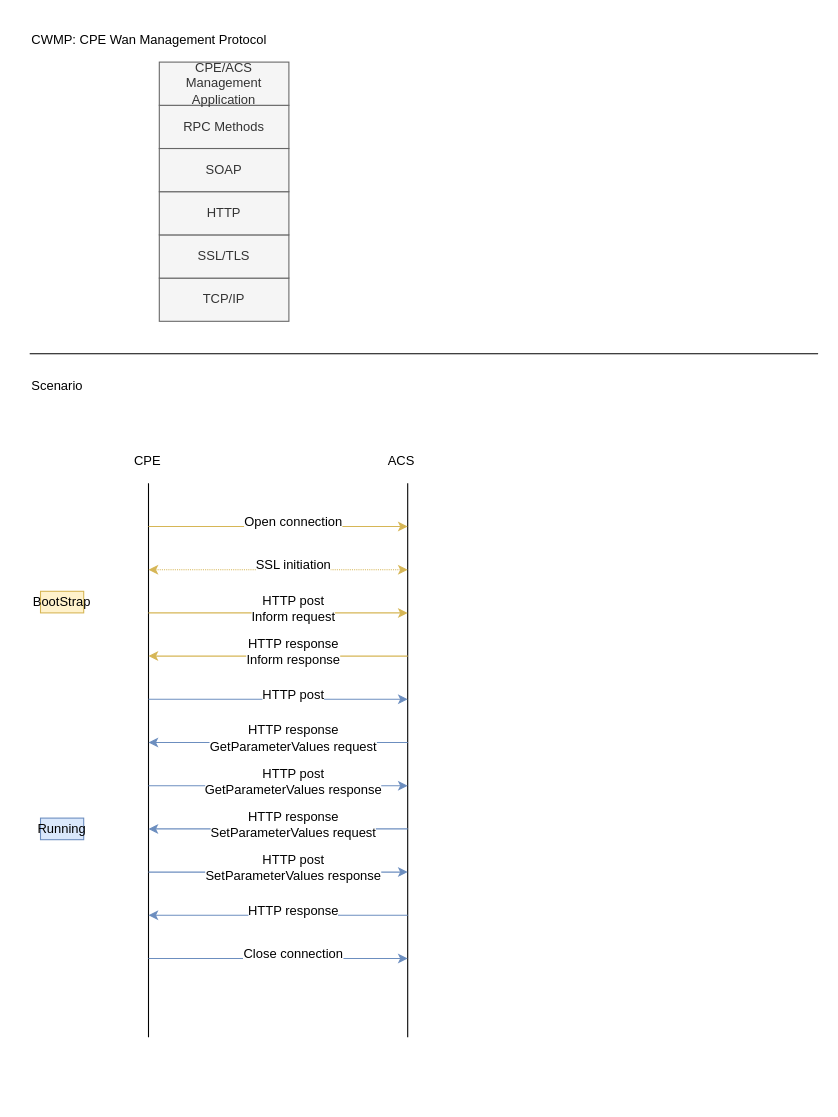
Above: page "CWMP" (2 of 2) of AP7465CE.drawio in nelsonchung/drawio (draw.io), before the change. Source tidied: cells renumbered, new cells numbered last; positions are measured from the earlier drawing's top-left corner, leaving out a move shared by most shapes. Both pictures are drawn from the tidied source at 108%, with x=0, y=0 at pixel (29, 18).
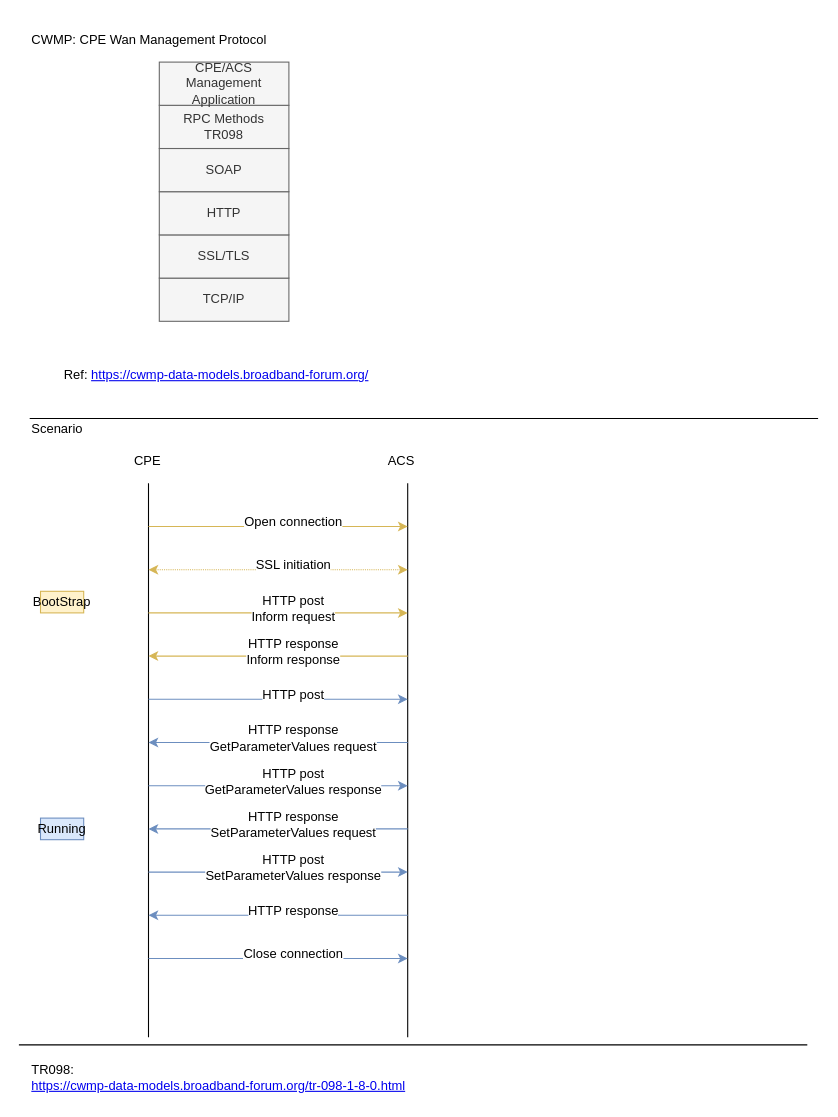
Above is the later version.

Commit message:
[AP7465CE] Add reference information of CWMP and TR098

Diff of the diagram source:
```diff
@@
-    <mxCell id="6" value="RPC Methods" style="rounded=0;whiteSpace=wrap;html=1;align=center;fillColor=#f5f5f5;strokeColor=#666666;fontColor=#333333;" parent="1" vertex="1">
+    <mxCell id="6" value="RPC Methods&lt;br&gt;TR098" style="rounded=0;whiteSpace=wrap;html=1;align=center;fillColor=#f5f5f5;strokeColor=#666666;fontColor=#333333;" parent="1" vertex="1">
       <mxGeometry x="120" y="80" width="120" height="40" as="geometry" />
     </mxCell>
@@
     <mxCell id="9" style="endArrow=none;html=1;" parent="1" edge="1">
       <mxGeometry relative="1" as="geometry">
-        <mxPoint y="310" as="sourcePoint" />
-        <mxPoint x="730" y="310" as="targetPoint" />
+        <mxPoint y="370" as="sourcePoint" />
+        <mxPoint x="730" y="370" as="targetPoint" />
       </mxGeometry>
     </mxCell>
     <mxCell id="10" value="Scenario" style="text;html=1;strokeColor=none;fillColor=none;align=left;verticalAlign=middle;whiteSpace=wrap;rounded=0;" parent="1" vertex="1">
-      <mxGeometry y="320" width="250" height="40" as="geometry" />
+      <mxGeometry y="360" width="250" height="40" as="geometry" />
     </mxCell>
@@
+    <mxCell id="39" value="Ref:&amp;nbsp;&lt;a href=&quot;https://cwmp-data-models.broadband-forum.org/&quot;&gt;https://cwmp-data-models.broadband-forum.org/&lt;/a&gt;" style="text;html=1;strokeColor=none;fillColor=none;align=left;verticalAlign=middle;whiteSpace=wrap;rounded=0;" parent="1" vertex="1">
+      <mxGeometry x="30" y="310" width="350" height="40" as="geometry" />
+    </mxCell>
+    <mxCell id="40" value="TR098:&lt;br&gt;&lt;a href=&quot;https://cwmp-data-models.broadband-forum.org/tr-098-1-8-0.html&quot;&gt;https://cwmp-data-models.broadband-forum.org/tr-098-1-8-0.html&lt;/a&gt;" style="text;html=1;strokeColor=none;fillColor=none;align=left;verticalAlign=middle;whiteSpace=wrap;rounded=0;" parent="1" vertex="1">
+      <mxGeometry y="960" width="580" height="40" as="geometry" />
+    </mxCell>
+    <mxCell id="41" style="endArrow=none;html=1;" parent="1" edge="1">
+      <mxGeometry relative="1" as="geometry">
+        <mxPoint x="-10" y="950" as="sourcePoint" />
+        <mxPoint x="720" y="950" as="targetPoint" />
+      </mxGeometry>
+    </mxCell>
```
